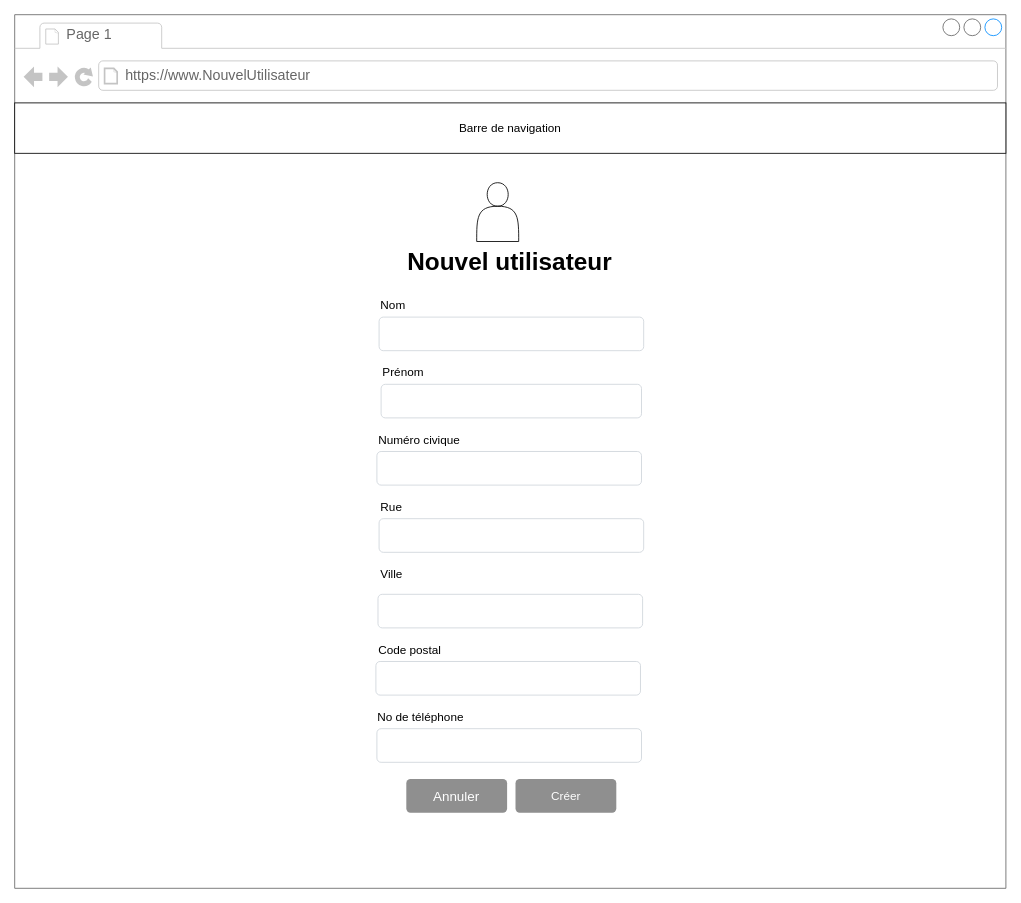
Feelschevreuil/vlisside-Survivor keeps this draw.io diagram as org/diagrammes/wireframes/creer-profil/desktop.drawio. Above is the earlier version. Source tidied: cells renumbered, new cells numbered last; positions are measured from the earlier drawing's top-left corner, leaving out a move shared by most shapes. Both pictures are drawn from the tidied source at 84%, with x=0, y=0 at pixel (14, 14).
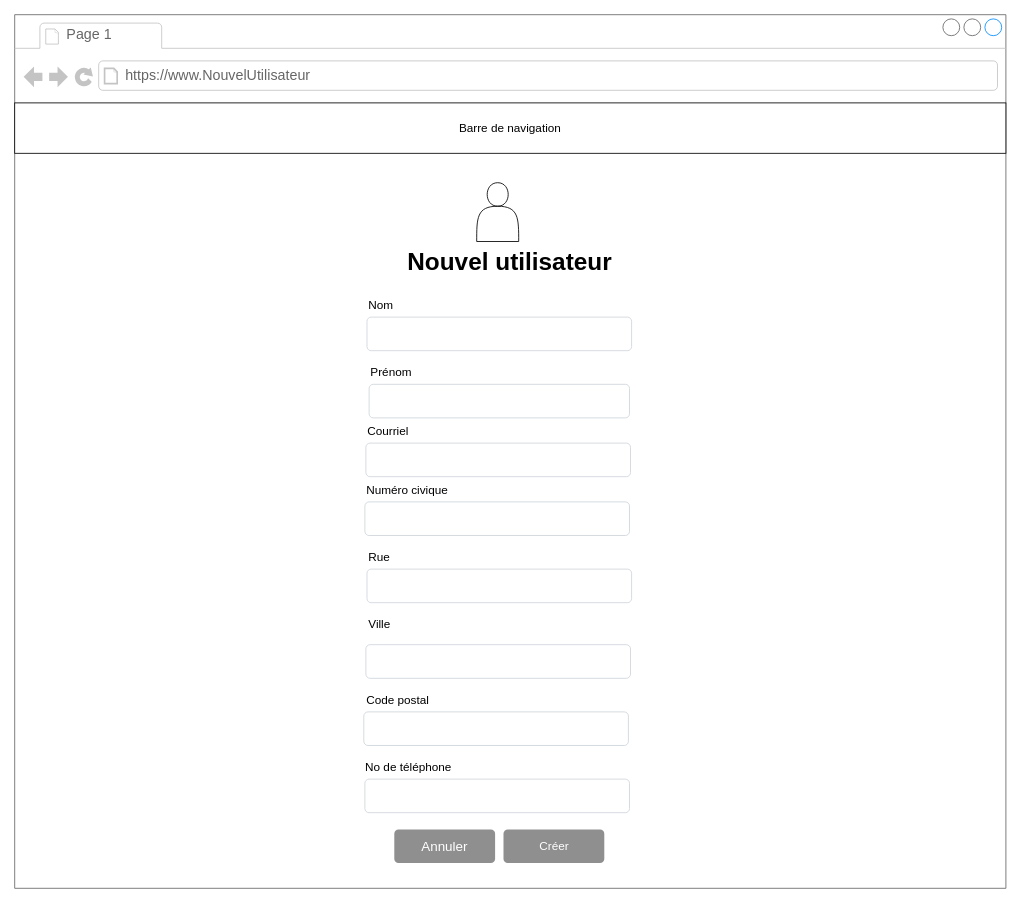
Above is the later version.

Commit message (it also covers changes not shown here):
Modification wireframes création profil

Ajout de l'input de courriel aux wireframes desktop et mobile
pour la création d'un profil.

The change refers to these unchanged cells:
```xml
<mxCell id="2" style="strokeWidth=1;shadow=0;dashed=0;align=center;html=1;shape=mxgraph.mockup.containers.browserWindow;rSize=0;strokeColor=#666666;strokeColor2=#008cff;strokeColor3=#c4c4c4;mainText=,;" parent="1" vertex="1">
  <mxGeometry width="1180" height="1040" as="geometry" />
</mxCell>
```

What changed in the source:
```diff
@@
     <mxCell id="6" value="Nom" style="fillColor=none;strokeColor=none;align=left;fontSize=14;" parent="2" vertex="1">
-      <mxGeometry x="433.8" y="330" width="100" height="30" as="geometry" />
+      <mxGeometry x="419.4" y="330" width="100" height="30" as="geometry" />
     </mxCell>
     <mxCell id="7" style="html=1;shadow=0;dashed=0;shape=mxgraph.bootstrap.rrect;rSize=5;fillColor=#ffffff;strokeColor=#CED4DA;align=left;spacing=15;fontSize=14;fontColor=#6C767D;" parent="2" vertex="1">
-      <mxGeometry x="436.2" y="440" width="310" height="40" as="geometry" />
+      <mxGeometry x="421.9" y="440" width="310" height="40" as="geometry" />
     </mxCell>
     <mxCell id="8" value="Prénom" style="fillColor=none;strokeColor=none;align=left;fontSize=14;" parent="2" vertex="1">
-      <mxGeometry x="436.2" y="410" width="100" height="30" as="geometry" />
+      <mxGeometry x="421.9" y="410" width="100" height="30" as="geometry" />
     </mxCell>
     <mxCell id="9" style="html=1;shadow=0;dashed=0;shape=mxgraph.bootstrap.rrect;rSize=5;fillColor=#ffffff;strokeColor=#CED4DA;align=left;spacing=15;fontSize=14;fontColor=#6C767D;" parent="2" vertex="1">
-      <mxGeometry x="433.8" y="360" width="315" height="40" as="geometry" />
+      <mxGeometry x="419.4" y="360" width="315" height="40" as="geometry" />
     </mxCell>
     <mxCell id="10" value="Créer" style="html=1;shadow=0;dashed=0;shape=mxgraph.bootstrap.rrect;rSize=5;fillColor=#8F8F8F;strokeColor=none;align=center;spacing=15;fontSize=14;fontColor=#ffffff;" parent="2" vertex="1">
-      <mxGeometry x="596.2" y="910" width="120" height="40" as="geometry" />
+      <mxGeometry x="581.9" y="970" width="120" height="40" as="geometry" />
     </mxCell>
     <mxCell id="11" value="Ville" style="fillColor=none;strokeColor=none;align=left;fontSize=14;" parent="2" vertex="1">
-      <mxGeometry x="433.8" y="650" width="100" height="30" as="geometry" />
+      <mxGeometry x="419.4" y="710" width="100" height="30" as="geometry" />
     </mxCell>
@@
     <mxCell id="13" style="html=1;shadow=0;dashed=0;shape=mxgraph.bootstrap.rrect;rSize=5;fillColor=#ffffff;strokeColor=#CED4DA;align=left;spacing=15;fontSize=14;fontColor=#6C767D;" parent="2" vertex="1">
-      <mxGeometry x="431.2" y="520" width="315" height="40" as="geometry" />
+      <mxGeometry x="416.9" y="580" width="315" height="40" as="geometry" />
     </mxCell>
     <mxCell id="14" value="Numéro civique" style="fillColor=none;strokeColor=none;align=left;fontSize=14;" parent="2" vertex="1">
-      <mxGeometry x="431.2" y="490" width="100" height="30" as="geometry" />
+      <mxGeometry x="416.9" y="550" width="100" height="30" as="geometry" />
     </mxCell>
     <mxCell id="15" style="html=1;shadow=0;dashed=0;shape=mxgraph.bootstrap.rrect;rSize=5;fillColor=#ffffff;strokeColor=#CED4DA;align=left;spacing=15;fontSize=14;fontColor=#6C767D;" parent="2" vertex="1">
-      <mxGeometry x="433.8" y="600" width="315" height="40" as="geometry" />
+      <mxGeometry x="419.4" y="660" width="315" height="40" as="geometry" />
     </mxCell>
     <mxCell id="16" value="Rue" style="fillColor=none;strokeColor=none;align=left;fontSize=14;" parent="2" vertex="1">
-      <mxGeometry x="433.8" y="570" width="100" height="30" as="geometry" />
+      <mxGeometry x="419.4" y="630" width="100" height="30" as="geometry" />
     </mxCell>
     <mxCell id="17" style="html=1;shadow=0;dashed=0;shape=mxgraph.bootstrap.rrect;rSize=5;fillColor=#ffffff;strokeColor=#CED4DA;align=left;spacing=15;fontSize=14;fontColor=#6C767D;" parent="2" vertex="1">
-      <mxGeometry x="431.2" y="850" width="315" height="40" as="geometry" />
+      <mxGeometry x="416.9" y="910" width="315" height="40" as="geometry" />
     </mxCell>
     <mxCell id="18" value="No de téléphone" style="fillColor=none;strokeColor=none;align=left;fontSize=14;" parent="2" vertex="1">
-      <mxGeometry x="430" y="820" width="100" height="30" as="geometry" />
+      <mxGeometry x="415.6" y="880" width="100" height="30" as="geometry" />
     </mxCell>
@@
     <mxCell id="20" style="html=1;shadow=0;dashed=0;shape=mxgraph.bootstrap.rrect;rSize=5;fillColor=#ffffff;strokeColor=#CED4DA;align=left;spacing=15;fontSize=14;fontColor=#6C767D;" parent="2" vertex="1">
-      <mxGeometry x="430" y="770" width="315" height="40" as="geometry" />
+      <mxGeometry x="415.6" y="830" width="315" height="40" as="geometry" />
     </mxCell>
     <mxCell id="21" value="Code postal" style="fillColor=none;strokeColor=none;align=left;fontSize=14;" parent="2" vertex="1">
-      <mxGeometry x="431.2" y="740" width="100" height="30" as="geometry" />
+      <mxGeometry x="416.9" y="800" width="100" height="30" as="geometry" />
     </mxCell>
     <mxCell id="22" value="Annuler" style="html=1;shadow=0;dashed=0;shape=mxgraph.bootstrap.rrect;rSize=5;strokeColor=none;strokeWidth=1;fillColor=#8F8F8F;fontColor=#FFFFFF;whiteSpace=wrap;align=center;verticalAlign=middle;spacingLeft=0;fontStyle=0;fontSize=16;spacing=5;" parent="2" vertex="1">
-      <mxGeometry x="466.2" y="910" width="120" height="40" as="geometry" />
+      <mxGeometry x="451.9" y="970" width="120" height="40" as="geometry" />
     </mxCell>
     <mxCell id="23" style="html=1;shadow=0;dashed=0;shape=mxgraph.bootstrap.rrect;rSize=5;fillColor=#ffffff;strokeColor=#CED4DA;align=left;spacing=15;fontSize=14;fontColor=#6C767D;" parent="2" vertex="1">
-      <mxGeometry x="432.5" y="690" width="315" height="40" as="geometry" />
+      <mxGeometry x="418.1" y="750" width="315" height="40" as="geometry" />
     </mxCell>
+    <mxCell id="24" value="Courriel" style="fillColor=none;strokeColor=none;align=left;fontSize=14;" parent="2" vertex="1">
+      <mxGeometry x="418.1" y="480" width="100" height="30" as="geometry" />
+    </mxCell>
+    <mxCell id="25" style="html=1;shadow=0;dashed=0;shape=mxgraph.bootstrap.rrect;rSize=5;fillColor=#ffffff;strokeColor=#CED4DA;align=left;spacing=15;fontSize=14;fontColor=#6C767D;" parent="2" vertex="1">
+      <mxGeometry x="418.1" y="510" width="315" height="40" as="geometry" />
+    </mxCell>
```
